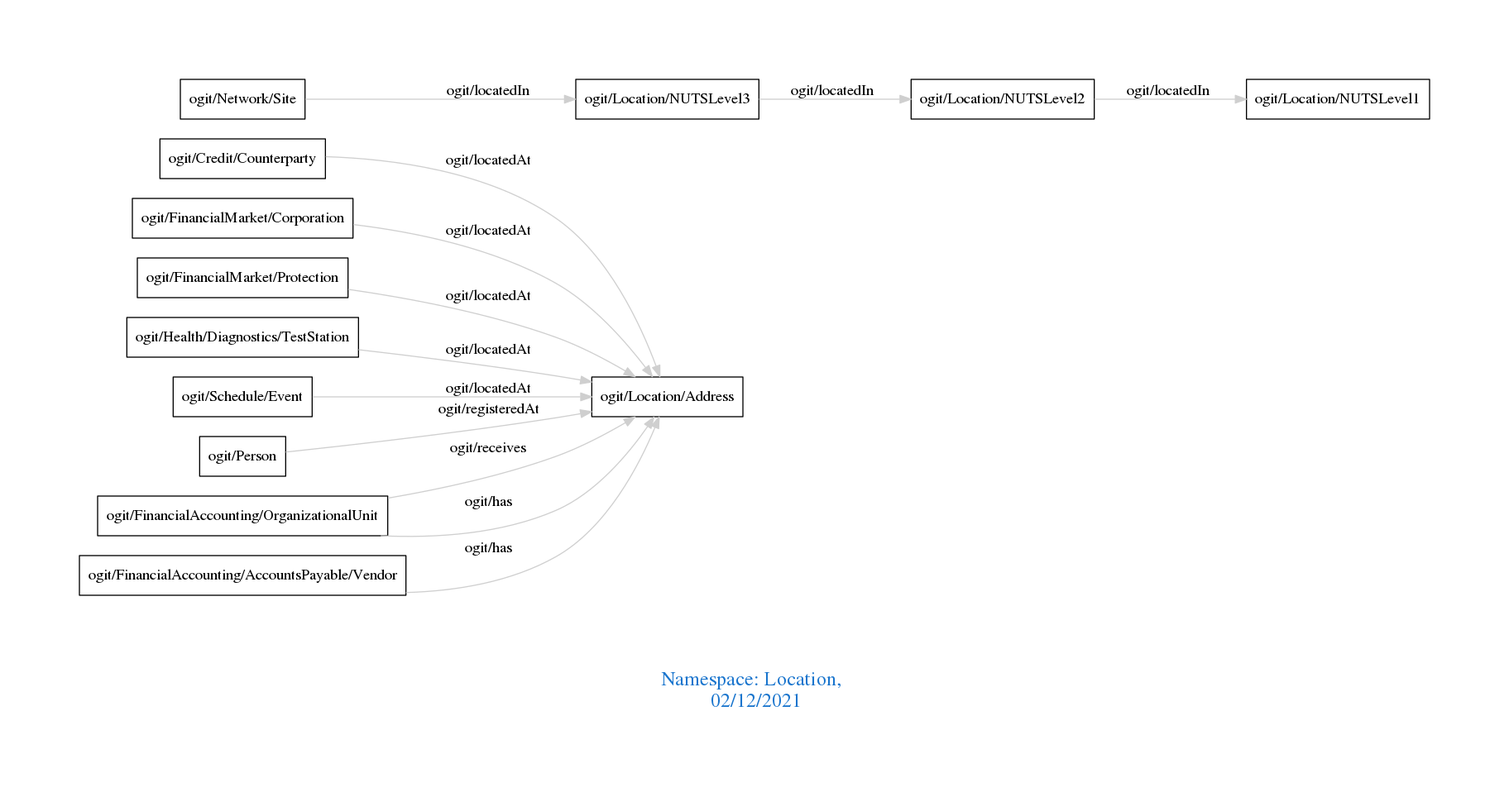
Above: downloads/Location.png in arago/OGIT (Graphviz), before the change. Its source is kept beside it as downloads/Location.dot.
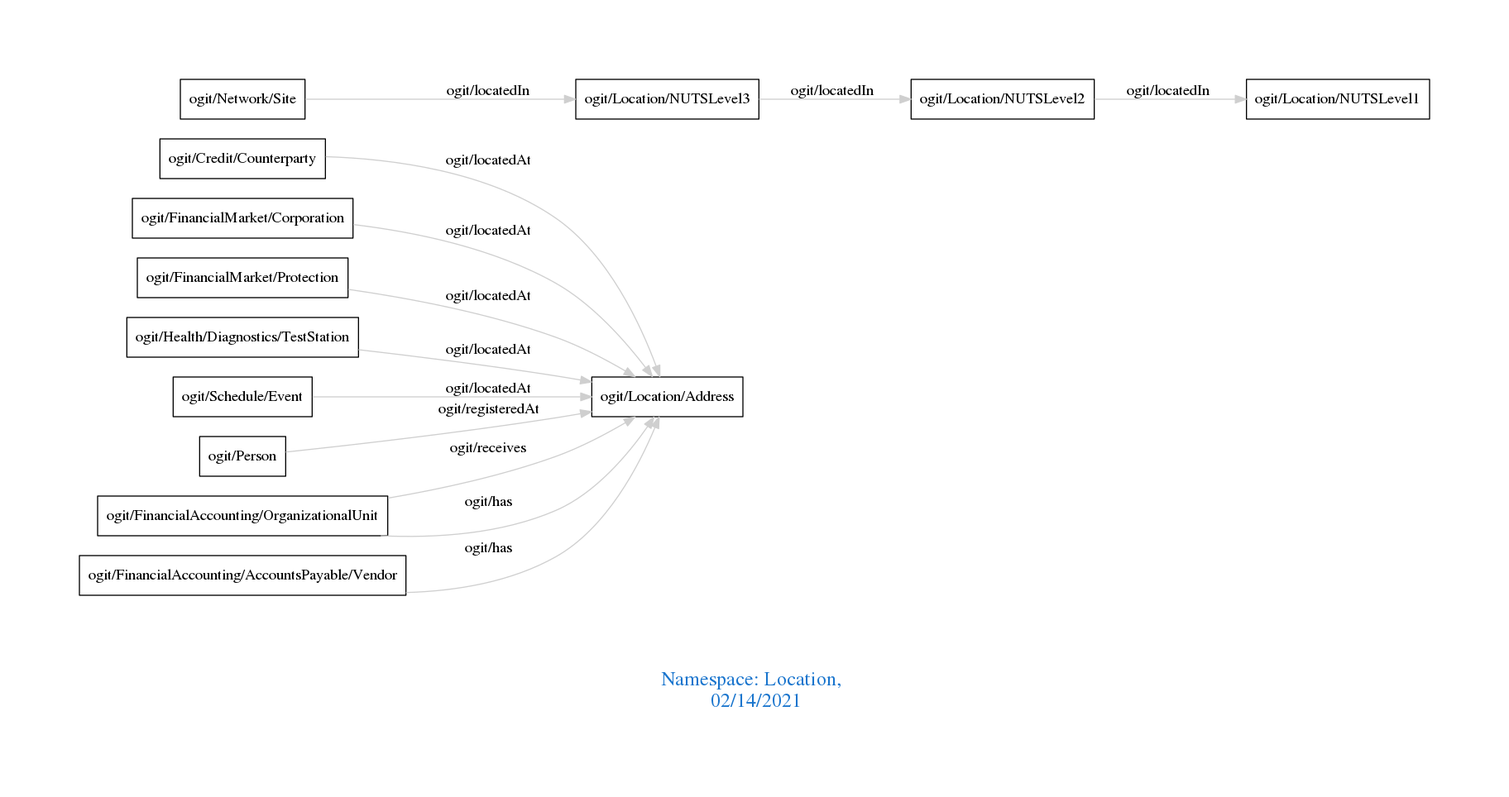
After the change.

The edit, as a diff of the source:
```diff
@@ -1,7 +1,7 @@
 digraph OGIT_ontology {
  graph [ rankdir= LR,pad=1
 fontsize = 18,
-fontcolor= dodgerblue3,label = "\n\n\nNamespace: Location, \n 02/12/2021"];
+fontcolor= dodgerblue3,label = "\n\n\nNamespace: Location, \n 02/14/2021"];
 node[shape=polygon];
 edge [  color="gray81"];
 
```
